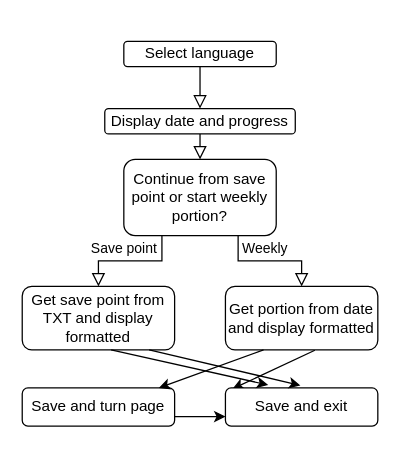
chomskyhonk/tornado keeps this draw.io diagram as tornado.drawio. Above is the earlier version. Source tidied: cells renumbered, new cells numbered last; positions are measured from the earlier drawing's top-left corner, leaving out a move shared by most shapes. Both pictures are drawn from the tidied source at 127%, with x=0, y=0 at pixel (22, 41).
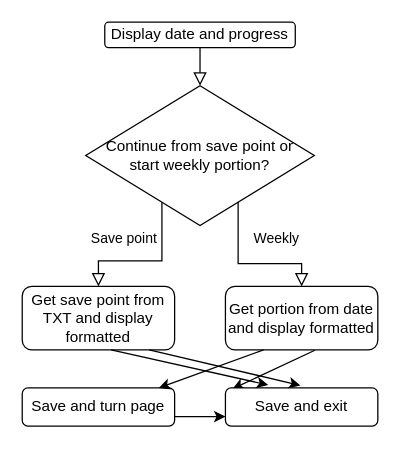
The same diagram, later.

Unchanged cells that the change refers to:
```xml
<mxCell id="6" value="Get save point from TXT and display formatted" style="rounded=1;whiteSpace=wrap;html=1;fontSize=12;glass=0;strokeWidth=1;shadow=0;" parent="1" vertex="1">
  <mxGeometry y="193" width="120" height="50" as="geometry" />
</mxCell>
<mxCell id="12" value="Get portion from date and display formatted" style="rounded=1;whiteSpace=wrap;html=1;fontSize=12;glass=0;strokeWidth=1;shadow=0;" parent="1" vertex="1">
  <mxGeometry x="160" y="193" width="120" height="50" as="geometry" />
</mxCell>
```

Diff of the diagram source:
```diff
@@
-    <mxCell id="2" style="rounded=0;html=1;jettySize=auto;fontSize=11;endArrow=block;endFill=0;endSize=8;strokeWidth=1;shadow=0;labelBackgroundColor=none;edgeStyle=orthogonalEdgeStyle;entryX=0.5;entryY=0;entryDx=0;entryDy=0;" parent="1" edge="1" source="3" target="5">
-      <mxGeometry relative="1" as="geometry" />
-    </mxCell>
-    <mxCell id="3" value="Select language" style="rounded=1;whiteSpace=wrap;html=1;fontSize=12;glass=0;strokeWidth=1;shadow=0;" parent="1" vertex="1">
-      <mxGeometry x="80" width="120" height="20" as="geometry" />
-    </mxCell>
-    <mxCell id="4" value="&lt;div&gt;Save point&lt;/div&gt;" style="rounded=0;html=1;jettySize=auto;fontSize=11;endArrow=block;endFill=0;endSize=8;strokeWidth=1;shadow=0;labelBackgroundColor=none;edgeStyle=orthogonalEdgeStyle;exitX=0.25;exitY=1;exitDx=0;exitDy=0;" parent="1" edge="1" source="7">
-      <mxGeometry x="0.11" y="-10" relative="1" as="geometry">
-        <mxPoint x="60" y="193" as="targetPoint" />
+    <mxCell id="4" value="&lt;div&gt;Save point&lt;/div&gt;" style="rounded=0;html=1;jettySize=auto;fontSize=11;endArrow=block;endFill=0;endSize=8;strokeWidth=1;shadow=0;labelBackgroundColor=none;edgeStyle=orthogonalEdgeStyle;entryX=0.5;entryY=0;entryDx=0;entryDy=0;" parent="1" edge="1" source="7" target="6">
+      <mxGeometry x="0.31" y="-18" relative="1" as="geometry">
         <Array as="points">
           <mxPoint x="110" y="173" />
           <mxPoint x="60" y="173" />
         </Array>
       </mxGeometry>
     </mxCell>
     <mxCell id="5" value="&lt;div&gt;Display date and progress&lt;/div&gt;" style="rounded=1;whiteSpace=wrap;html=1;fontSize=12;glass=0;strokeWidth=1;shadow=0;" parent="1" vertex="1">
-      <mxGeometry x="65" y="53" width="150" height="20" as="geometry" />
+      <mxGeometry x="65" y="-15" width="150" height="20" as="geometry" />
     </mxCell>
@@
-    <mxCell id="7" value="Continue from save point or start weekly portion?" style="rounded=1;whiteSpace=wrap;html=1;fontSize=12;glass=0;strokeWidth=1;shadow=0;" parent="1" vertex="1">
-      <mxGeometry x="80" y="93" width="120" height="60" as="geometry" />
-    </mxCell>
     <mxCell id="8" style="rounded=0;html=1;jettySize=auto;fontSize=11;endArrow=block;endFill=0;endSize=8;strokeWidth=1;shadow=0;labelBackgroundColor=none;edgeStyle=orthogonalEdgeStyle;entryX=0.5;entryY=0;entryDx=0;entryDy=0;exitX=0.5;exitY=1;exitDx=0;exitDy=0;" parent="1" edge="1" source="5" target="7">
-      <mxGeometry relative="1" as="geometry">
-        <Array as="points">
-          <mxPoint x="140" y="83" />
-          <mxPoint x="140" y="83" />
-        </Array>
-      </mxGeometry>
+      <mxGeometry relative="1" as="geometry" />
     </mxCell>
-    <mxCell id="9" value="&lt;div&gt;Weekly&lt;/div&gt;" style="rounded=0;html=1;jettySize=auto;fontSize=11;endArrow=block;endFill=0;endSize=8;strokeWidth=1;shadow=0;labelBackgroundColor=none;edgeStyle=orthogonalEdgeStyle;exitX=0.75;exitY=1;exitDx=0;exitDy=0;" parent="1" edge="1" source="7" target="12">
-      <mxGeometry x="-0.09" y="10" relative="1" as="geometry">
+    <mxCell id="9" value="&lt;div&gt;Weekly&lt;/div&gt;" style="rounded=0;html=1;jettySize=auto;fontSize=11;endArrow=block;endFill=0;endSize=8;strokeWidth=1;shadow=0;labelBackgroundColor=none;edgeStyle=orthogonalEdgeStyle;exitX=0.75;exitY=1;exitDx=0;exitDy=0;" parent="1" edge="1" target="12">
+      <mxGeometry x="0.36" y="20" relative="1" as="geometry">
+        <mxPoint x="170" y="125" as="sourcePoint" />
         <Array as="points">
-          <mxPoint x="170" y="173" />
-          <mxPoint x="220" y="173" />
+          <mxPoint x="170" y="175" />
+          <mxPoint x="220" y="175" />
         </Array>
       </mxGeometry>
     </mxCell>
@@
+    <mxCell id="7" value="&lt;div&gt;Continue from save point or&lt;/div&gt;&lt;div&gt;start weekly portion?&lt;/div&gt;" style="rhombus;whiteSpace=wrap;html=1;" parent="1" vertex="1">
+      <mxGeometry x="50" y="35" width="180" height="110" as="geometry" />
+    </mxCell>
```
